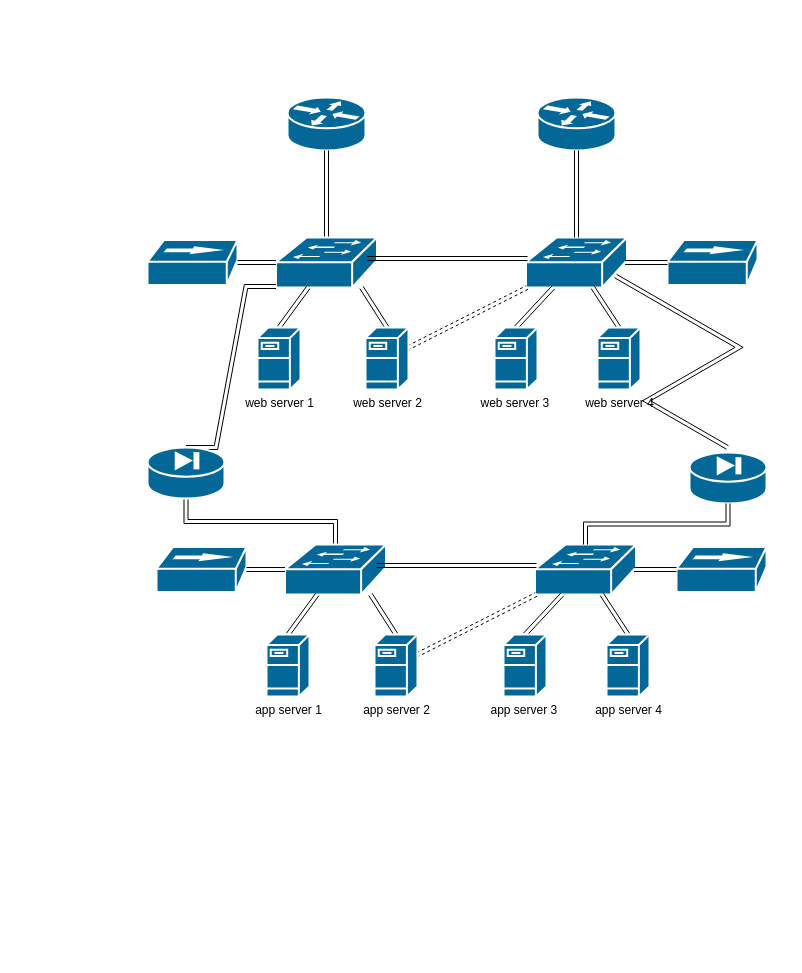
wbxsxu168/drawio keeps this draw.io diagram as csc_web-app-db-3tier.drawio. Above is the earlier version. Source tidied: cells renumbered, new cells numbered last; positions are measured from the earlier drawing's top-left corner, leaving out a move shared by most shapes. Both pictures are drawn from the tidied source at 100%, with x=0, y=0 at pixel (147, 97).
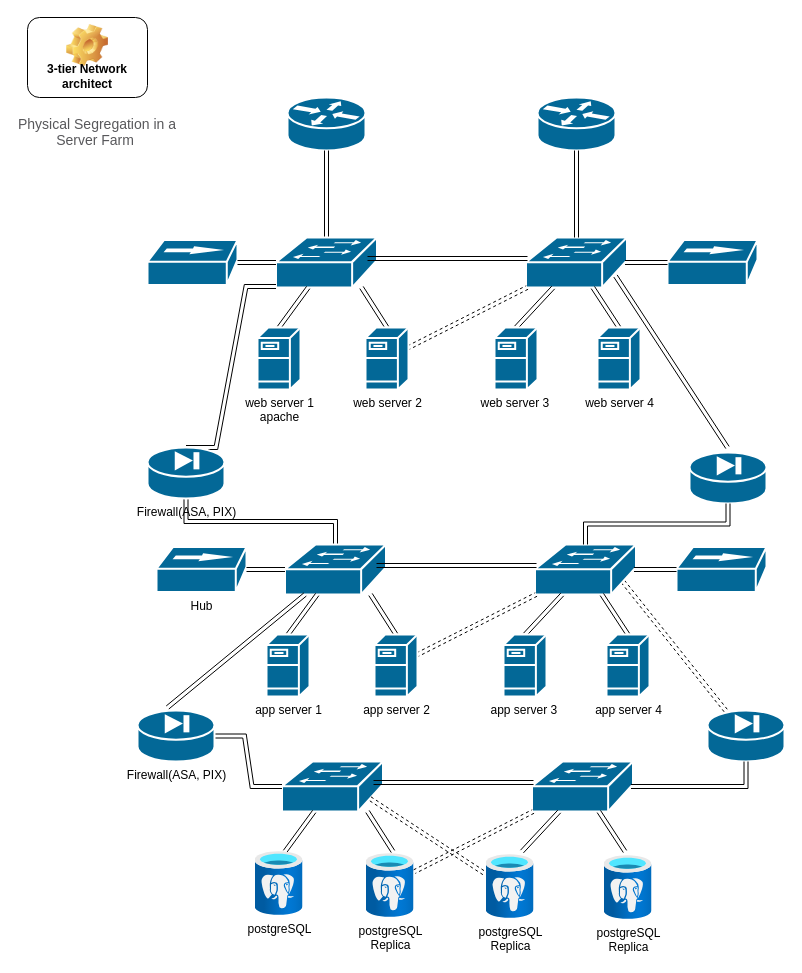
The same page after the edit.

The change refers to these unchanged cells:
```xml
<mxCell id="25" style="shape=mxgraph.cisco.switches.workgroup_switch;sketch=0;html=1;dashed=0;fillColor=#036897;strokeColor=#ffffff;strokeWidth=2;verticalLabelPosition=bottom;verticalAlign=top;align=center;outlineConnect=0;" parent="1" vertex="1">
  <mxGeometry x="137.5" y="447" width="101" height="50" as="geometry" />
</mxCell>
<mxCell id="26" style="shape=mxgraph.cisco.switches.workgroup_switch;sketch=0;html=1;dashed=0;fillColor=#036897;strokeColor=#ffffff;strokeWidth=2;verticalLabelPosition=bottom;verticalAlign=top;align=center;outlineConnect=0;" parent="1" vertex="1">
  <mxGeometry x="387.5" y="447" width="101" height="50" as="geometry" />
</mxCell>
```

The edit, as a diff of the source:
```diff
@@
-    <mxCell id="8" value="web server 1" style="shape=mxgraph.cisco.servers.fileserver;sketch=0;html=1;dashed=0;fillColor=#036897;strokeColor=#ffffff;strokeWidth=2;verticalLabelPosition=bottom;verticalAlign=top;align=center;outlineConnect=0;" parent="1" vertex="1">
+    <mxCell id="8" value="web server 1&lt;br&gt;apache" style="shape=mxgraph.cisco.servers.fileserver;sketch=0;html=1;dashed=0;fillColor=#036897;strokeColor=#ffffff;strokeWidth=2;verticalLabelPosition=bottom;verticalAlign=top;align=center;outlineConnect=0;" parent="1" vertex="1">
       <mxGeometry x="110" y="230" width="43" height="62" as="geometry" />
     </mxCell>
@@
-    <mxCell id="24" style="shape=mxgraph.cisco.security.pix_firewall;sketch=0;html=1;dashed=0;fillColor=#036897;strokeColor=#ffffff;strokeWidth=2;verticalLabelPosition=bottom;verticalAlign=top;align=center;outlineConnect=0;" parent="1" vertex="1">
+    <mxCell id="24" value="Firewall(ASA, PIX)" style="shape=mxgraph.cisco.security.pix_firewall;sketch=0;html=1;dashed=0;fillColor=#036897;strokeColor=#ffffff;strokeWidth=2;verticalLabelPosition=bottom;verticalAlign=top;align=center;outlineConnect=0;" parent="1" vertex="1">
       <mxGeometry y="350" width="77" height="51" as="geometry" />
     </mxCell>
@@
+    <mxCell id="44" style="rounded=0;jettySize=auto;html=1;exitX=0.87;exitY=0.74;exitDx=0;exitDy=0;exitPerimeter=0;shape=link;dashed=1;" parent="1" edge="1" source="26" target="60">
+      <mxGeometry relative="1" as="geometry" />
+    </mxCell>
@@
-    <mxCell id="37" style="shape=mxgraph.cisco.hubs_and_gateways.100baset_hub;sketch=0;html=1;dashed=0;fillColor=#036897;strokeColor=#ffffff;strokeWidth=2;verticalLabelPosition=bottom;verticalAlign=top;align=center;outlineConnect=0;" parent="1" vertex="1">
+    <mxCell id="37" value="Hu&lt;span style=&quot;background-color: initial;&quot;&gt;b&lt;/span&gt;" style="shape=mxgraph.cisco.hubs_and_gateways.100baset_hub;sketch=0;html=1;dashed=0;fillColor=#036897;strokeColor=#ffffff;strokeWidth=2;verticalLabelPosition=bottom;verticalAlign=top;align=center;outlineConnect=0;" parent="1" vertex="1">
       <mxGeometry x="9" y="449.5" width="90" height="45" as="geometry" />
     </mxCell>
@@
-    <mxCell id="41" style="edgeStyle=isometricEdgeStyle;rounded=0;orthogonalLoop=1;jettySize=auto;html=1;elbow=vertical;shape=link;" parent="1" edge="1">
+    <mxCell id="41" style="rounded=0;orthogonalLoop=1;jettySize=auto;html=1;elbow=vertical;shape=link;" parent="1" edge="1">
       <mxGeometry relative="1" as="geometry">
         <mxPoint x="580" y="350" as="sourcePoint" />
         <mxPoint x="468" y="178.5" as="targetPoint" />
-        <Array as="points">
-          <mxPoint x="568" y="263.5" />
-        </Array>
       </mxGeometry>
     </mxCell>
@@
+    <mxCell id="45" style="shape=mxgraph.cisco.switches.workgroup_switch;sketch=0;html=1;dashed=0;fillColor=#036897;strokeColor=#ffffff;strokeWidth=2;verticalLabelPosition=bottom;verticalAlign=top;align=center;outlineConnect=0;" parent="1" vertex="1">
+      <mxGeometry x="134.5" y="664" width="101" height="50" as="geometry" />
+    </mxCell>
+    <mxCell id="46" style="shape=mxgraph.cisco.switches.workgroup_switch;sketch=0;html=1;dashed=0;fillColor=#036897;strokeColor=#ffffff;strokeWidth=2;verticalLabelPosition=bottom;verticalAlign=top;align=center;outlineConnect=0;" parent="1" vertex="1">
+      <mxGeometry x="384.5" y="664" width="101" height="50" as="geometry" />
+    </mxCell>
+    <mxCell id="47" style="rounded=0;jettySize=auto;html=1;exitX=0.5;exitY=0;exitDx=0;exitDy=0;exitPerimeter=0;shape=link;" parent="1" edge="1" target="45">
+      <mxGeometry relative="1" as="geometry">
+        <mxPoint x="137.5" y="754" as="sourcePoint" />
+      </mxGeometry>
+    </mxCell>
+    <mxCell id="48" style="rounded=0;jettySize=auto;html=1;exitX=0.5;exitY=0;exitDx=0;exitDy=0;exitPerimeter=0;shape=link;" parent="1" edge="1" target="46">
+      <mxGeometry relative="1" as="geometry">
+        <mxPoint x="374.5" y="754" as="sourcePoint" />
+      </mxGeometry>
+    </mxCell>
+    <mxCell id="49" style="rounded=0;orthogonalLoop=1;jettySize=auto;html=1;exitX=0.5;exitY=0;exitDx=0;exitDy=0;exitPerimeter=0;shape=link;" parent="1" edge="1">
+      <mxGeometry relative="1" as="geometry">
+        <mxPoint x="245.5" y="754" as="sourcePoint" />
+        <mxPoint x="220" y="714" as="targetPoint" />
+      </mxGeometry>
+    </mxCell>
+    <mxCell id="50" style="rounded=0;jettySize=auto;html=1;shape=link;dashed=1;" parent="1" edge="1" target="46">
+      <mxGeometry relative="1" as="geometry">
+        <mxPoint x="267" y="774.1" as="sourcePoint" />
+      </mxGeometry>
+    </mxCell>
+    <mxCell id="51" style="rounded=0;jettySize=auto;html=1;exitX=0.5;exitY=0;exitDx=0;exitDy=0;exitPerimeter=0;shape=link;" parent="1" edge="1" target="46">
+      <mxGeometry relative="1" as="geometry">
+        <mxPoint x="477.5" y="754" as="sourcePoint" />
+      </mxGeometry>
+    </mxCell>
+    <mxCell id="52" style="endArrow=none;html=1;rounded=0;shape=link;" parent="1" edge="1">
+      <mxGeometry relative="1" as="geometry">
+        <mxPoint x="386" y="685" as="sourcePoint" />
+        <mxPoint x="226" y="685" as="targetPoint" />
+        <Array as="points">
+          <mxPoint x="386" y="685" />
+        </Array>
+      </mxGeometry>
+    </mxCell>
+    <mxCell id="53" value="postgreSQL" style="image;html=1;align=center;fontSize=12;image=img/lib/azure2/databases/Azure_Database_PostgreSQL_Server.svg;" parent="1" vertex="1">
+      <mxGeometry x="107.5" y="754" width="48" height="64" as="geometry" />
+    </mxCell>
+    <mxCell id="54" value="postgreSQL&lt;div&gt;Replica&lt;/div&gt;" style="image;html=1;align=center;fontSize=12;image=img/lib/azure2/databases/Azure_Database_PostgreSQL_Server.svg;" parent="1" vertex="1">
+      <mxGeometry x="218.5" y="756" width="48" height="64" as="geometry" />
+    </mxCell>
+    <mxCell id="55" value="postgreSQL&lt;br&gt;Replica" style="image;html=1;points=[];align=center;fontSize=12;image=img/lib/azure2/databases/Azure_Database_PostgreSQL_Server.svg;" parent="1" vertex="1">
+      <mxGeometry x="338.5" y="757" width="48" height="64" as="geometry" />
+    </mxCell>
+    <mxCell id="56" value="postgreSQL&lt;div&gt;Replica&lt;/div&gt;" style="image;html=1;align=center;fontSize=12;image=img/lib/azure2/databases/Azure_Database_PostgreSQL_Server.svg;" parent="1" vertex="1">
+      <mxGeometry x="456.5" y="758" width="48" height="64" as="geometry" />
+    </mxCell>
+    <mxCell id="57" style="rounded=0;jettySize=auto;html=1;shape=link;" parent="1" edge="1" target="25">
+      <mxGeometry relative="1" as="geometry">
+        <mxPoint x="20" y="610" as="sourcePoint" />
+      </mxGeometry>
+    </mxCell>
+    <mxCell id="58" style="edgeStyle=entityRelationEdgeStyle;rounded=0;jettySize=auto;html=1;shape=link;elbow=vertical;" parent="1" edge="1" source="59" target="45">
+      <mxGeometry relative="1" as="geometry" />
+    </mxCell>
+    <mxCell id="59" value="Firewall(ASA, PIX)" style="shape=mxgraph.cisco.security.pix_firewall;sketch=0;html=1;dashed=0;fillColor=#036897;strokeColor=#ffffff;strokeWidth=2;verticalLabelPosition=bottom;verticalAlign=top;align=center;outlineConnect=0;" parent="1" vertex="1">
+      <mxGeometry x="-10" y="613" width="77" height="51" as="geometry" />
+    </mxCell>
+    <mxCell id="60" style="shape=mxgraph.cisco.security.pix_firewall;sketch=0;html=1;dashed=0;fillColor=#036897;strokeColor=#ffffff;strokeWidth=2;verticalLabelPosition=bottom;verticalAlign=top;align=center;outlineConnect=0;" parent="1" vertex="1">
+      <mxGeometry x="560" y="613" width="77" height="51" as="geometry" />
+    </mxCell>
+    <mxCell id="61" style="edgeStyle=isometricEdgeStyle;rounded=0;jettySize=auto;html=1;exitX=0.87;exitY=0.74;exitDx=0;exitDy=0;exitPerimeter=0;entryX=0.5;entryY=0;entryDx=0;entryDy=0;entryPerimeter=0;shape=link;strokeColor=none;" parent="1" edge="1" source="26" target="60">
+      <mxGeometry relative="1" as="geometry" />
+    </mxCell>
+    <mxCell id="62" style="edgeStyle=orthogonalEdgeStyle;rounded=0;jettySize=auto;html=1;exitX=0.98;exitY=0.5;exitDx=0;exitDy=0;exitPerimeter=0;entryX=0.5;entryY=1;entryDx=0;entryDy=0;entryPerimeter=0;shape=link;" parent="1" edge="1" source="46" target="60">
+      <mxGeometry relative="1" as="geometry" />
+    </mxCell>
+    <mxCell id="63" value="3-tier Network architect" style="label;whiteSpace=wrap;html=1;align=center;verticalAlign=bottom;spacingLeft=0;spacingBottom=4;imageAlign=center;imageVerticalAlign=top;image=img/clipart/Gear_128x128.png;" parent="1" vertex="1">
+      <mxGeometry x="-120" y="-80" width="120" height="80" as="geometry" />
+    </mxCell>
+    <mxCell id="64" style="rounded=0;jettySize=auto;html=1;exitX=0.87;exitY=0.74;exitDx=0;exitDy=0;exitPerimeter=0;entryX=-0.042;entryY=0.289;entryDx=0;entryDy=0;entryPerimeter=0;shape=link;dashed=1;" parent="1" edge="1" source="45" target="55">
+      <mxGeometry relative="1" as="geometry" />
+    </mxCell>
+    <mxCell id="65" value="&lt;span style=&quot;color: rgb(88, 88, 91); font-family: CiscoSans, Arial, sans-serif; font-size: 14px; text-align: left; background-color: rgb(255, 255, 255);&quot;&gt;Physical Segregation in a Server Farm&amp;nbsp;&lt;/span&gt;" style="text;html=1;strokeColor=none;fillColor=none;align=center;verticalAlign=middle;whiteSpace=wrap;overflow=hidden;" parent="1" vertex="1">
+      <mxGeometry x="-130" y="16.5" width="160" height="33.5" as="geometry" />
+    </mxCell>
```
